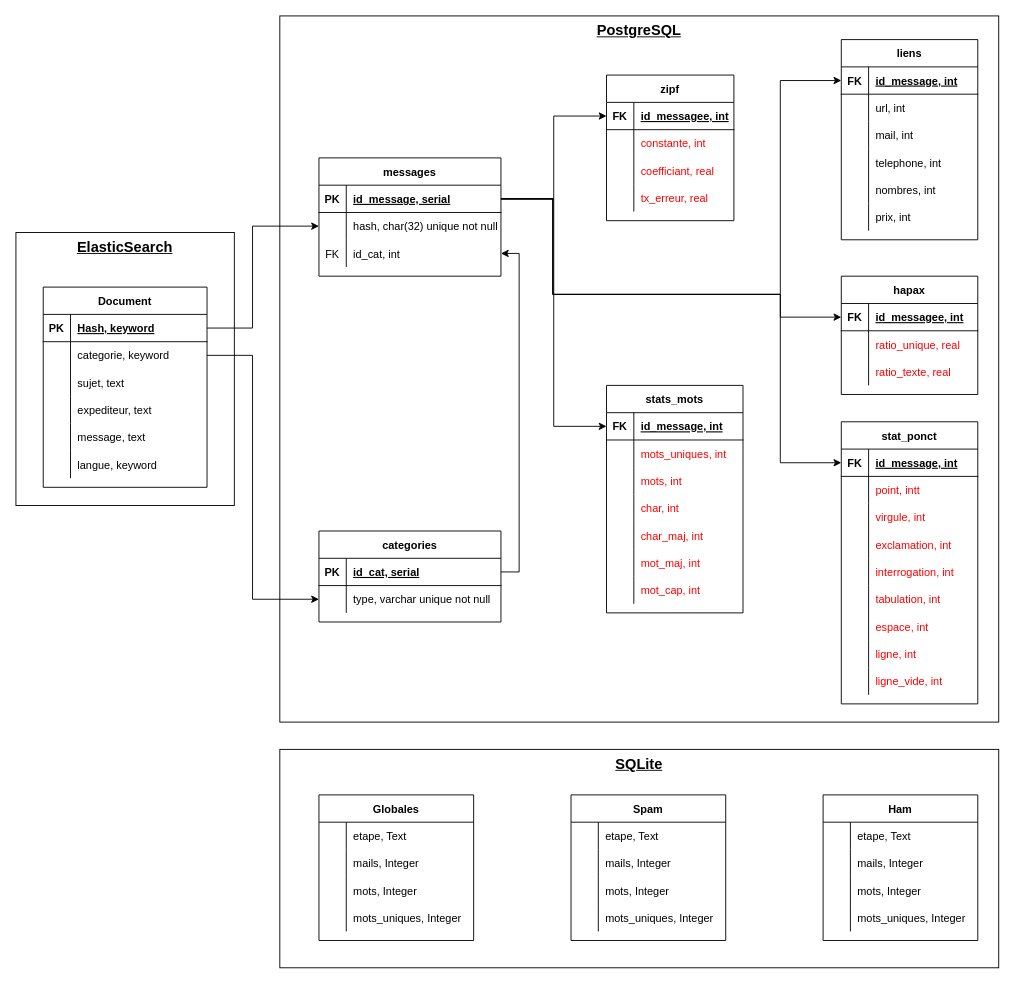
Earlier version of the draw.io diagram 03_Rapport/Schéma/Bdd_phase1.drawio (peredur0/mercury). Source tidied: cells renumbered, new cells numbered last; positions are measured from the earlier drawing's top-left corner, leaving out a move shared by most shapes. Both pictures are drawn from the tidied source at 91%, with x=0, y=0 at pixel (15, 15).
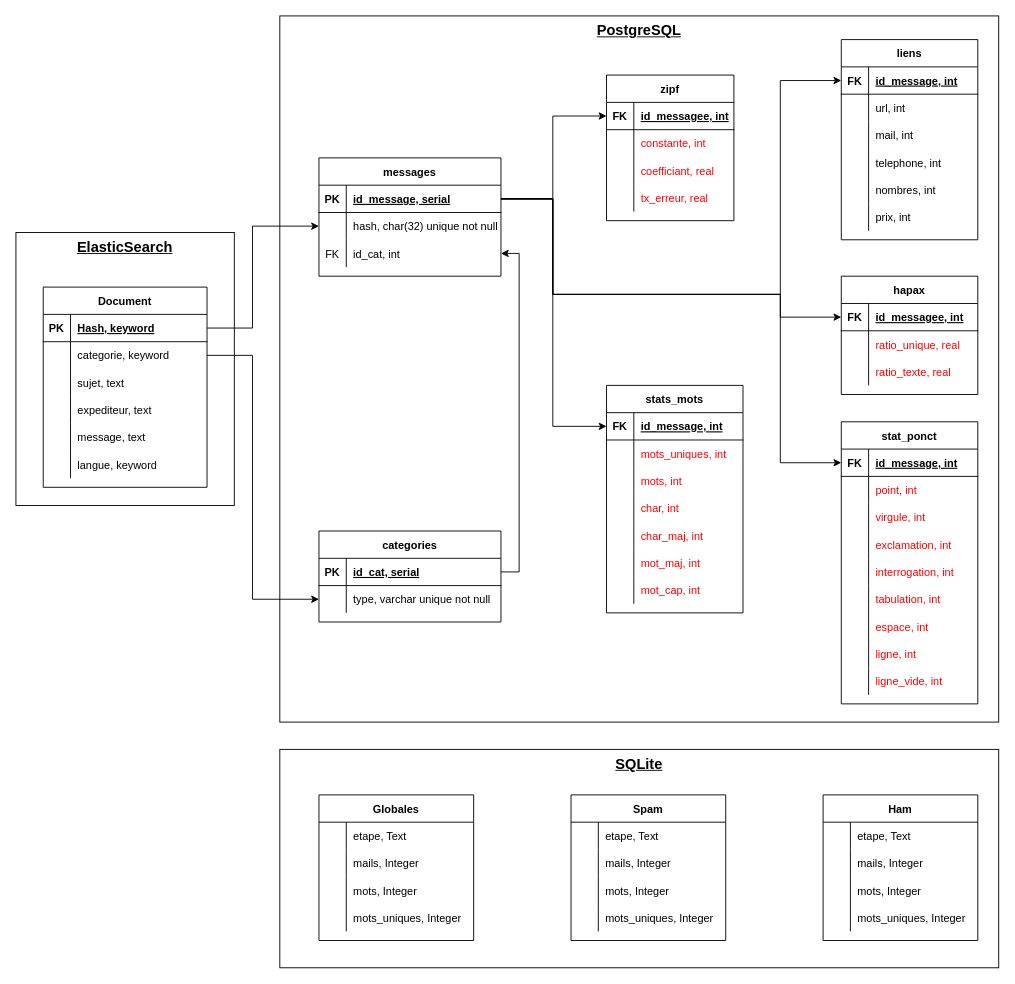
The same page after the edit.

Commit message (it also covers changes not shown here):
Travaille sur le rapport phase 1

Unchanged cells that the change refers to:
```xml
<mxCell id="26" style="shape=tableRow;horizontal=0;startSize=0;swimlaneHead=0;swimlaneBody=0;fillColor=none;points=[[0,0.5],[1,0.5]];portConstraint=eastwest;top=0;left=0;right=0;bottom=1;" parent="25" vertex="1">
  <mxGeometry y="30" width="200" height="30" as="geometry" />
</mxCell>
<mxCell id="36" style="shape=tableRow;horizontal=0;startSize=0;swimlaneHead=0;swimlaneBody=0;fillColor=none;points=[[0,0.5],[1,0.5]];portConstraint=eastwest;top=0;left=0;right=0;bottom=1;" parent="35" vertex="1">
  <mxGeometry y="30" width="150" height="30" as="geometry" />
</mxCell>
<mxCell id="61" style="shape=tableRow;horizontal=0;startSize=0;swimlaneHead=0;swimlaneBody=0;fillColor=none;top=0;left=0;right=0;bottom=0;" parent="57" vertex="1">
  <mxGeometry y="60" width="150" height="30" as="geometry" />
</mxCell>
<mxCell id="86" style="shape=tableRow;horizontal=0;startSize=0;swimlaneHead=0;swimlaneBody=0;fillColor=none;points=[[0,0.5],[1,0.5]];portConstraint=eastwest;top=0;left=0;right=0;bottom=1;" parent="85" vertex="1">
  <mxGeometry y="30" width="140" height="30" as="geometry" />
</mxCell>
```

What changed in the source:
```diff
@@
-    <mxCell id="63" value="point, intt" style="shape=partialRectangle;fillColor=none;top=0;left=0;bottom=0;right=0;align=left;spacingLeft=6;overflow=hidden;fontColor=#FF0000;" parent="61" vertex="1">
+    <mxCell id="63" value="point, int" style="shape=partialRectangle;fillColor=none;top=0;left=0;bottom=0;right=0;align=left;spacingLeft=6;overflow=hidden;fontColor=#FF0000;" parent="61" vertex="1">
       <mxGeometry x="30" width="120" height="30" as="geometry" />
     </mxCell>
@@
     <mxCell id="137" style="edgeStyle=orthogonalEdgeStyle;rounded=0;jettySize=auto;html=1;exitX=1;exitY=0.5;exitDx=0;exitDy=0;entryX=0;entryY=0.5;entryDx=0;entryDy=0;fontSize=16;fontColor=#FF0000;" parent="1" edge="1" source="26" target="86">
-      <mxGeometry relative="1" as="geometry" />
+      <mxGeometry relative="1" as="geometry">
+        <Array as="points">
+          <mxPoint x="590" y="201" />
+          <mxPoint x="590" y="110" />
+        </Array>
+      </mxGeometry>
     </mxCell>
@@
     <mxCell id="140" style="edgeStyle=orthogonalEdgeStyle;rounded=0;jettySize=auto;html=1;exitX=1;exitY=0.5;exitDx=0;exitDy=0;entryX=0;entryY=0.5;entryDx=0;entryDy=0;fontSize=16;fontColor=#FF0000;" parent="1" edge="1" source="26" target="36">
-      <mxGeometry relative="1" as="geometry" />
+      <mxGeometry relative="1" as="geometry">
+        <Array as="points">
+          <mxPoint x="590" y="201" />
+          <mxPoint x="590" y="451" />
+        </Array>
+      </mxGeometry>
     </mxCell>
```
